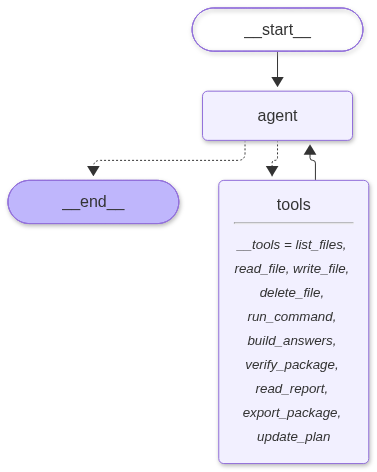
Before: docs/langgraph.png, a diagram exported from Mermaid (zulfkicar/icpc-author-studio). Its source is kept beside it as docs/langgraph.mmd. Source of this version:
```mermaid
---
config:
  flowchart:
    curve: linear
---
graph TD;
	__start__([<p>__start__</p>]):::first
	agent(agent)
	tools(tools<hr/><small><em>__tools = list_files, read_file, write_file, delete_file, run_command, build_answers, verify_package, read_report, export_package, update_plan</em></small>)
	__end__([<p>__end__</p>]):::last
	__start__ --> agent;
	agent -.-> __end__;
	agent -.-> tools;
	tools --> agent;
	classDef default fill:#f2f0ff,line-height:1.2
	classDef first fill-opacity:0
	classDef last fill:#bfb6fc
```
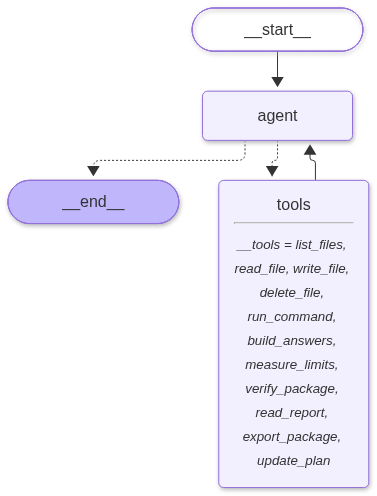
Above is the later version.

Diff of the diagram source:
```diff
@@ -6,7 +6,7 @@
 graph TD;
 	__start__([<p>__start__</p>]):::first
 	agent(agent)
-	tools(tools<hr/><small><em>__tools = list_files, read_file, write_file, delete_file, run_command, build_answers, verify_package, read_report, export_package, update_plan</em></small>)
+	tools(tools<hr/><small><em>__tools = list_files, read_file, write_file, delete_file, run_command, build_answers, measure_limits, verify_package, read_report, export_package, update_plan</em></small>)
 	__end__([<p>__end__</p>]):::last
 	__start__ --> agent;
 	agent -.-> __end__;
```
